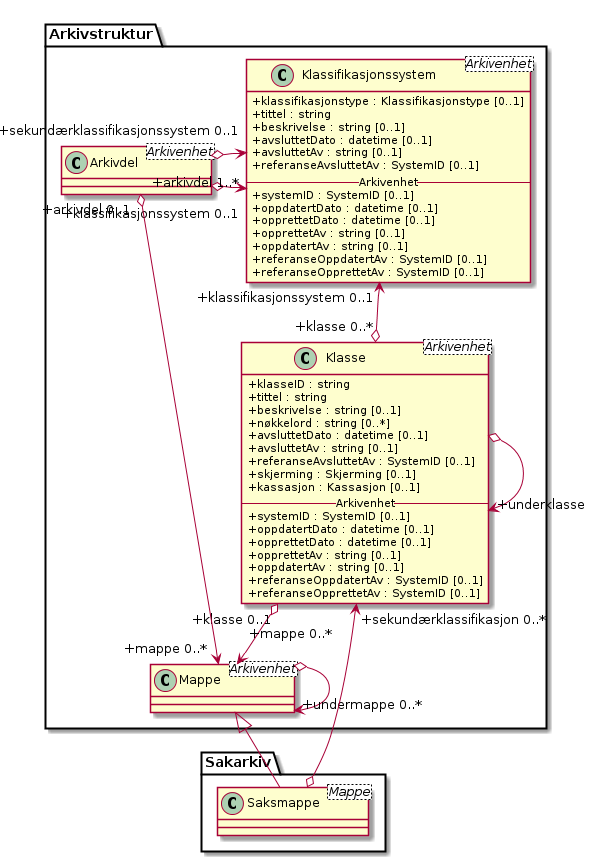
This is kapitler/media/uml-arkivstruktur-klassifikasjon.png from arkivverket/noark5-tjenestegrensesnitt-standard, a PlantUML export, as it was before one commit.
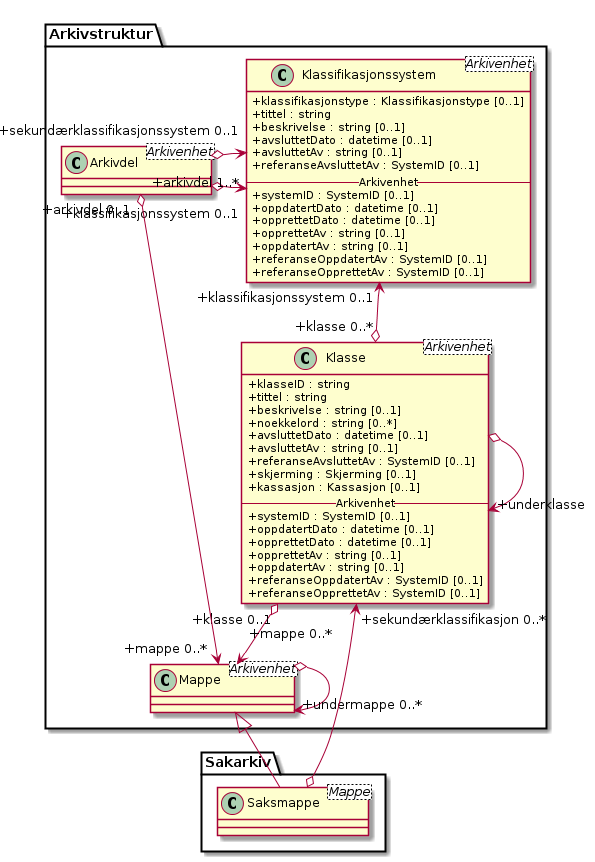
The same diagram one commit later.

The edit, as a diff of the source:
```diff
@@ -21,7 +21,7 @@
   +klasseID : string
   +tittel : string
   +beskrivelse : string [0..1]
-  +nøkkelord : string [0..*]
+  +noekkelord : string [0..*]
   +avsluttetDato : datetime [0..1]
   +avsluttetAv : string [0..1]
   +referanseAvsluttetAv : SystemID [0..1]
```
